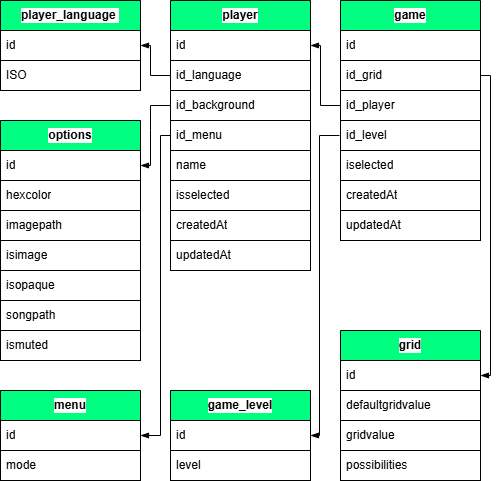
Earlier version of the draw.io export .myresources/design_and_modeling/merise/MPD.drawio.png (Lob2018/SudokuFX). Source tidied: cells renumbered, new cells last; positions are measured from the earlier drawing's top-left corner, leaving out a move shared by most shapes.
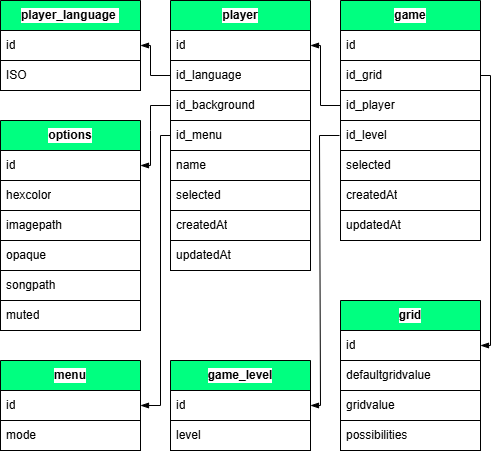
The same file after the commit.

What changed in the source:
```diff
@@ -29,7 +29,7 @@
     <mxCell id="10" value="name" style="text;strokeColor=#000000;fillColor=#FFFFFF;align=left;verticalAlign=middle;spacingLeft=4;spacingRight=4;overflow=hidden;whiteSpace=wrap;html=1;fontColor=#000000;labelBorderColor=none;swimlaneFillColor=none;gradientColor=none;labelBackgroundColor=#FFFFFF;" parent="5" vertex="1">
       <mxGeometry y="150" width="140" height="30" as="geometry" />
     </mxCell>
-    <mxCell id="11" value="isselected" style="text;strokeColor=#000000;fillColor=#FFFFFF;align=left;verticalAlign=middle;spacingLeft=4;spacingRight=4;overflow=hidden;whiteSpace=wrap;html=1;fontColor=#000000;labelBorderColor=none;swimlaneFillColor=none;gradientColor=none;labelBackgroundColor=#FFFFFF;" parent="5" vertex="1">
+    <mxCell id="11" value="selected" style="text;strokeColor=#000000;fillColor=#FFFFFF;align=left;verticalAlign=middle;spacingLeft=4;spacingRight=4;overflow=hidden;whiteSpace=wrap;html=1;fontColor=#000000;labelBorderColor=none;swimlaneFillColor=none;gradientColor=none;labelBackgroundColor=#FFFFFF;" parent="5" vertex="1">
       <mxGeometry y="180" width="140" height="30" as="geometry" />
     </mxCell>
     <mxCell id="12" value="createdAt" style="text;strokeColor=#000000;fillColor=#FFFFFF;align=left;verticalAlign=middle;spacingLeft=4;spacingRight=4;overflow=hidden;whiteSpace=wrap;html=1;fontColor=#000000;labelBorderColor=none;swimlaneFillColor=none;gradientColor=none;labelBackgroundColor=#FFFFFF;" parent="5" vertex="1">
@@ -61,7 +61,7 @@
     <mxCell id="19" value="id_level" style="text;strokeColor=#000000;fillColor=#FFFFFF;align=left;verticalAlign=middle;spacingLeft=4;spacingRight=4;overflow=hidden;whiteSpace=wrap;html=1;fontColor=#000000;labelBorderColor=none;swimlaneFillColor=none;gradientColor=none;labelBackgroundColor=#FFFFFF;" parent="15" vertex="1">
       <mxGeometry y="120" width="140" height="30" as="geometry" />
     </mxCell>
-    <mxCell id="20" value="iselected" style="text;strokeColor=#000000;fillColor=#FFFFFF;align=left;verticalAlign=middle;spacingLeft=4;spacingRight=4;overflow=hidden;whiteSpace=wrap;html=1;fontColor=#000000;labelBorderColor=none;swimlaneFillColor=none;gradientColor=none;labelBackgroundColor=#FFFFFF;" parent="15" vertex="1">
+    <mxCell id="20" value="selected" style="text;strokeColor=#000000;fillColor=#FFFFFF;align=left;verticalAlign=middle;spacingLeft=4;spacingRight=4;overflow=hidden;whiteSpace=wrap;html=1;fontColor=#000000;labelBorderColor=none;swimlaneFillColor=none;gradientColor=none;labelBackgroundColor=#FFFFFF;" parent="15" vertex="1">
       <mxGeometry y="150" width="140" height="30" as="geometry" />
     </mxCell>
     <mxCell id="21" value="createdAt" style="text;strokeColor=#000000;fillColor=#FFFFFF;align=left;verticalAlign=middle;spacingLeft=4;spacingRight=4;overflow=hidden;whiteSpace=wrap;html=1;fontColor=#000000;labelBorderColor=none;swimlaneFillColor=none;gradientColor=none;labelBackgroundColor=#FFFFFF;" parent="15" vertex="1">
@@ -71,7 +71,7 @@
       <mxGeometry y="210" width="140" height="30" as="geometry" />
     </mxCell>
     <mxCell id="23" value="grid" style="swimlane;fontStyle=1;horizontal=1;startSize=30;whiteSpace=wrap;html=1;swimlaneLine=1;fontColor=#000000;labelBorderColor=none;strokeColor=#000000;fillColor=#00FF80;swimlaneFillColor=none;gradientColor=none;labelBackgroundColor=#FFFFFF;" parent="1" vertex="1">
-      <mxGeometry x="340" y="330" width="140" height="150" as="geometry" />
+      <mxGeometry x="340" y="300" width="140" height="150" as="geometry" />
     </mxCell>
     <mxCell id="24" value="id" style="text;strokeColor=#000000;fillColor=#FFFFFF;align=left;verticalAlign=middle;spacingLeft=4;spacingRight=4;overflow=hidden;points=[[0,0.5],[1,0.5]];portConstraint=eastwest;whiteSpace=wrap;html=1;fontColor=#000000;labelBorderColor=none;swimlaneFillColor=none;gradientColor=none;labelBackgroundColor=#FFFFFF;" parent="23" vertex="1">
       <mxGeometry y="30" width="140" height="30" as="geometry" />
@@ -86,7 +86,7 @@
       <mxGeometry y="120" width="140" height="30" as="geometry" />
     </mxCell>
     <mxCell id="28" value="options" style="swimlane;fontStyle=1;horizontal=1;startSize=30;whiteSpace=wrap;html=1;swimlaneLine=1;fontColor=#000000;labelBorderColor=none;strokeColor=#000000;fillColor=#00FF80;swimlaneFillColor=none;gradientColor=none;labelBackgroundColor=#FFFFFF;" parent="1" vertex="1">
-      <mxGeometry y="120" width="140" height="240" as="geometry" />
+      <mxGeometry y="120" width="140" height="210" as="geometry" />
     </mxCell>
     <mxCell id="29" value="id" style="text;strokeColor=#000000;fillColor=#FFFFFF;align=left;verticalAlign=middle;spacingLeft=4;spacingRight=4;overflow=hidden;points=[[0,0.5],[1,0.5]];portConstraint=eastwest;whiteSpace=wrap;html=1;fontColor=#000000;labelBorderColor=none;swimlaneFillColor=none;gradientColor=none;labelBackgroundColor=#FFFFFF;" parent="28" vertex="1">
       <mxGeometry y="30" width="140" height="30" as="geometry" />
@@ -97,23 +97,20 @@
     <mxCell id="31" value="imagepath" style="text;strokeColor=#000000;fillColor=#FFFFFF;align=left;verticalAlign=middle;spacingLeft=4;spacingRight=4;overflow=hidden;whiteSpace=wrap;html=1;fontColor=#000000;labelBorderColor=none;swimlaneFillColor=none;gradientColor=none;labelBackgroundColor=#FFFFFF;" parent="28" vertex="1">
       <mxGeometry y="90" width="140" height="30" as="geometry" />
     </mxCell>
-    <mxCell id="32" value="isimage" style="text;strokeColor=#000000;fillColor=#FFFFFF;align=left;verticalAlign=middle;spacingLeft=4;spacingRight=4;overflow=hidden;whiteSpace=wrap;html=1;fontColor=#000000;labelBorderColor=none;swimlaneFillColor=none;gradientColor=none;labelBackgroundColor=#FFFFFF;" parent="28" vertex="1">
-      <mxGeometry y="120" width="140" height="30" as="geometry" />
-    </mxCell>
-    <mxCell id="33" value="isopaque" style="text;strokeColor=#000000;fillColor=#FFFFFF;align=left;verticalAlign=middle;spacingLeft=4;spacingRight=4;overflow=hidden;whiteSpace=wrap;html=1;fontColor=#000000;labelBorderColor=none;swimlaneFillColor=none;gradientColor=none;labelBackgroundColor=#FFFFFF;" parent="28" vertex="1">
-      <mxGeometry y="150" width="140" height="30" as="geometry" />
+    <mxCell id="33" value="opaque" style="text;strokeColor=#000000;fillColor=#FFFFFF;align=left;verticalAlign=middle;spacingLeft=4;spacingRight=4;overflow=hidden;whiteSpace=wrap;html=1;fontColor=#000000;labelBorderColor=none;swimlaneFillColor=none;gradientColor=none;labelBackgroundColor=#FFFFFF;" parent="28" vertex="1">
+      <mxGeometry y="120" width="140" height="30" as="geometry" />
     </mxCell>
     <mxCell id="34" value="songpath" style="text;strokeColor=#000000;fillColor=#FFFFFF;align=left;verticalAlign=middle;spacingLeft=4;spacingRight=4;overflow=hidden;whiteSpace=wrap;html=1;fontColor=#000000;labelBorderColor=none;swimlaneFillColor=none;gradientColor=none;labelBackgroundColor=#FFFFFF;" parent="28" vertex="1">
-      <mxGeometry y="180" width="140" height="30" as="geometry" />
+      <mxGeometry y="150" width="140" height="30" as="geometry" />
     </mxCell>
-    <mxCell id="35" value="ismuted" style="text;strokeColor=#000000;fillColor=#FFFFFF;align=left;verticalAlign=middle;spacingLeft=4;spacingRight=4;overflow=hidden;whiteSpace=wrap;html=1;fontColor=#000000;labelBorderColor=none;swimlaneFillColor=none;gradientColor=none;labelBackgroundColor=#FFFFFF;" parent="28" vertex="1">
-      <mxGeometry y="210" width="140" height="30" as="geometry" />
+    <mxCell id="35" value="muted" style="text;strokeColor=#000000;fillColor=#FFFFFF;align=left;verticalAlign=middle;spacingLeft=4;spacingRight=4;overflow=hidden;whiteSpace=wrap;html=1;fontColor=#000000;labelBorderColor=none;swimlaneFillColor=none;gradientColor=none;labelBackgroundColor=#FFFFFF;" parent="28" vertex="1">
+      <mxGeometry y="180" width="140" height="30" as="geometry" />
     </mxCell>
     <mxCell id="36" style="edgeStyle=none;html=1;strokeColor=#000000;endArrow=blockThin;endFill=1;entryX=1;entryY=0.5;entryDx=0;entryDy=0;rounded=0;exitX=1;exitY=0.5;exitDx=0;exitDy=0;" parent="1" edge="1" source="17" target="24">
       <mxGeometry relative="1" as="geometry">
         <Array as="points">
           <mxPoint x="490" y="75" />
-          <mxPoint x="490" y="375" />
+          <mxPoint x="490" y="345" />
         </Array>
       </mxGeometry>
     </mxCell>
@@ -135,7 +132,7 @@
       </mxGeometry>
     </mxCell>
     <mxCell id="39" value="game_level" style="swimlane;fontStyle=1;horizontal=1;startSize=30;whiteSpace=wrap;html=1;swimlaneLine=1;fontColor=#000000;labelBorderColor=none;strokeColor=#000000;fillColor=#00FF80;swimlaneFillColor=none;gradientColor=none;labelBackgroundColor=#FFFFFF;" parent="1" vertex="1">
-      <mxGeometry x="170" y="390" width="140" height="90" as="geometry" />
+      <mxGeometry x="170" y="360" width="140" height="90" as="geometry" />
     </mxCell>
     <mxCell id="40" value="id" style="text;strokeColor=#000000;fillColor=#FFFFFF;align=left;verticalAlign=middle;spacingLeft=4;spacingRight=4;overflow=hidden;points=[[0,0.5],[1,0.5]];portConstraint=eastwest;whiteSpace=wrap;html=1;fontColor=#000000;labelBorderColor=none;swimlaneFillColor=none;gradientColor=none;labelBackgroundColor=#FFFFFF;" parent="39" vertex="1">
       <mxGeometry y="30" width="140" height="30" as="geometry" />
@@ -148,12 +145,12 @@
         <mxPoint x="339" y="135" as="sourcePoint" />
         <Array as="points">
           <mxPoint x="319" y="135" />
-          <mxPoint x="319" y="435" />
+          <mxPoint x="320" y="405" />
         </Array>
       </mxGeometry>
     </mxCell>
     <mxCell id="43" value="menu" style="swimlane;fontStyle=1;horizontal=1;startSize=30;whiteSpace=wrap;html=1;swimlaneLine=1;fontColor=#000000;labelBorderColor=none;strokeColor=#000000;fillColor=#00FF80;swimlaneFillColor=none;gradientColor=none;labelBackgroundColor=#FFFFFF;" parent="1" vertex="1">
-      <mxGeometry y="390" width="140" height="90" as="geometry" />
+      <mxGeometry y="360" width="140" height="90" as="geometry" />
     </mxCell>
     <mxCell id="44" value="id" style="text;strokeColor=#000000;fillColor=#FFFFFF;align=left;verticalAlign=middle;spacingLeft=4;spacingRight=4;overflow=hidden;points=[[0,0.5],[1,0.5]];portConstraint=eastwest;whiteSpace=wrap;html=1;fontColor=#000000;labelBorderColor=none;swimlaneFillColor=none;gradientColor=none;labelBackgroundColor=#FFFFFF;" parent="43" vertex="1">
       <mxGeometry y="30" width="140" height="30" as="geometry" />
@@ -165,7 +162,7 @@
       <mxGeometry relative="1" as="geometry">
         <Array as="points">
           <mxPoint x="160" y="135" />
-          <mxPoint x="160" y="435" />
+          <mxPoint x="160" y="405" />
         </Array>
       </mxGeometry>
     </mxCell>
```
